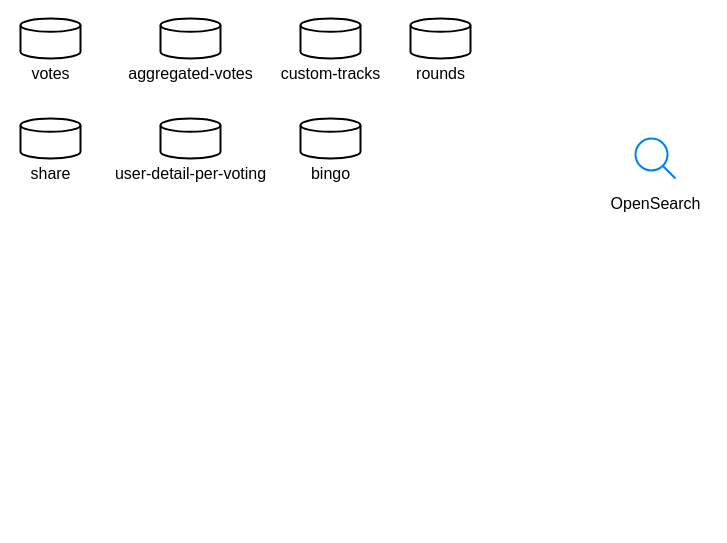
This is page "Page-1" (1 of 2) of folder/voting.drawio from mata998/drawio, a draw.io file, before an edit. Source tidied: cells renumbered, new cells numbered last; positions are measured from the earlier drawing's top-left corner, leaving out a move shared by most shapes. Both pictures are drawn from the tidied source at 100%, with x=0, y=0 at pixel (20, 18). Pictures stored in the file or linked from it are replaced by grey dashed boxes.
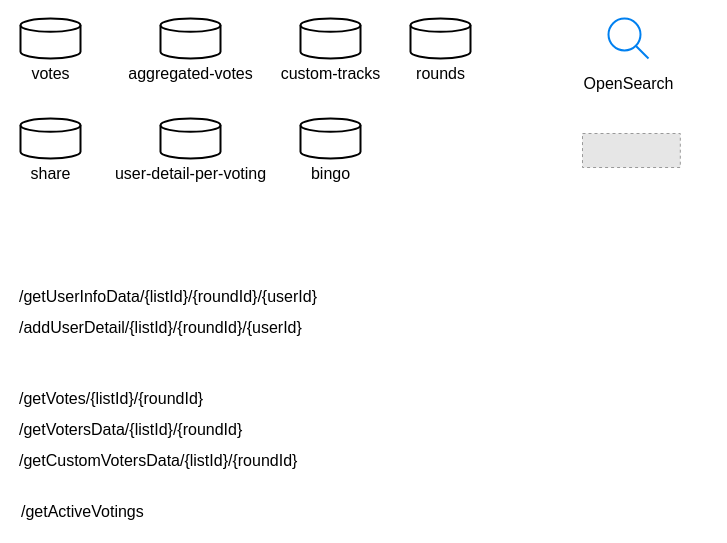
The same diagram, later.

Diff of the diagram source:
```diff
@@
     <mxCell id="23" style="group;" parent="1" vertex="1">
-      <mxGeometry x="580" y="120" width="110" height="80" as="geometry" />
+      <mxGeometry x="553" width="110" height="80" as="geometry" />
     </mxCell>
@@
+    <mxCell id="26" value="&lt;font style=&quot;font-size: 16px;&quot;&gt;/getUserInfoData/{listId}/{roundId}/{userId}&lt;/font&gt;" style="text;html=1;align=left;verticalAlign=middle;strokeColor=none;fillColor=none;" parent="1" vertex="1">
+      <mxGeometry x="-3" y="263" width="320" height="30" as="geometry" />
+    </mxCell>
+    <mxCell id="27" style="fillColor=#E6E6E6;strokeColor=#999999;dashed=1;verticalLabelPosition=bottom;labelBackgroundColor=default;verticalAlign=top;" parent="1" vertex="1">
+      <mxGeometry x="562" y="115" width="97.8" height="34" as="geometry" />
+    </mxCell>
+    <mxCell id="28" value="&lt;font style=&quot;font-size: 16px;&quot;&gt;/addUserDetail/{listId}/{roundId}/{userId}&lt;/font&gt;" style="text;html=1;align=left;verticalAlign=middle;strokeColor=none;fillColor=none;" parent="1" vertex="1">
+      <mxGeometry x="-3" y="293" width="301" height="31" as="geometry" />
+    </mxCell>
+    <mxCell id="29" value="&lt;font style=&quot;font-size: 16px;&quot;&gt;/getVotes/{listId}/{roundId}&lt;/font&gt;" style="text;html=1;align=left;verticalAlign=middle;strokeColor=none;fillColor=none;" parent="1" vertex="1">
+      <mxGeometry x="-3" y="364" width="202" height="31" as="geometry" />
+    </mxCell>
+    <mxCell id="30" value="&lt;font style=&quot;font-size: 16px;&quot;&gt;/getVotersData/{listId}/{roundId}&lt;/font&gt;" style="text;html=1;align=left;verticalAlign=middle;strokeColor=none;fillColor=none;" parent="1" vertex="1">
+      <mxGeometry x="-3" y="395" width="241" height="31" as="geometry" />
+    </mxCell>
+    <mxCell id="31" value="&lt;font style=&quot;font-size: 16px;&quot;&gt;/getCustomVotersData/{listId}/{roundId}&lt;/font&gt;" style="text;html=1;align=left;verticalAlign=middle;strokeColor=none;fillColor=none;" parent="1" vertex="1">
+      <mxGeometry x="-3" y="426" width="296" height="31" as="geometry" />
+    </mxCell>
+    <mxCell id="32" value="&lt;font style=&quot;font-size: 16px;&quot;&gt;/getActiveVotings&lt;/font&gt;" style="text;html=1;align=left;verticalAlign=middle;strokeColor=none;fillColor=none;" parent="1" vertex="1">
+      <mxGeometry x="-1" y="477" width="141" height="31" as="geometry" />
+    </mxCell>
```
